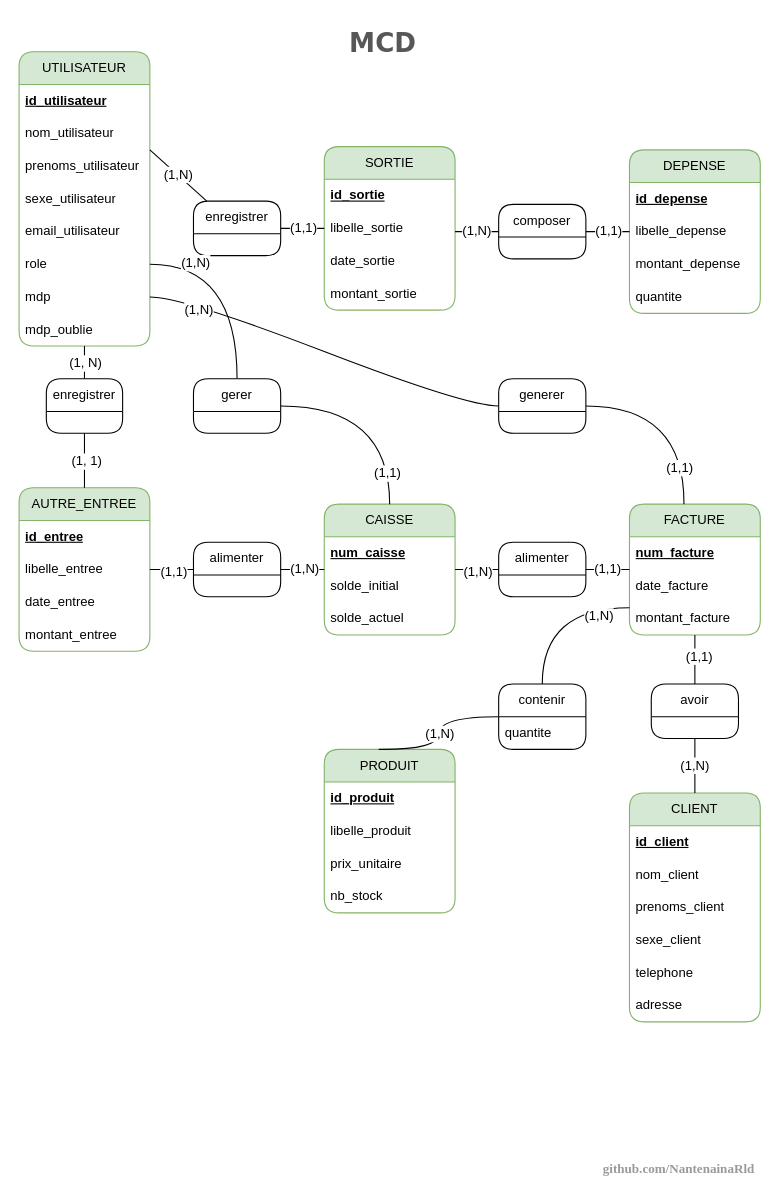
Above: page "Page-1" (2 of 5) of public/documents/flux_mcd_mld_mct_mot.drawio in NantenainaRld/www-faktiora-mg (draw.io), before the change. Source tidied: cells renumbered, new cells numbered last; positions are measured from the earlier drawing's top-left corner, leaving out a move shared by most shapes. Both pictures are drawn from the tidied source at 109%, with x=0, y=0 at pixel (19, 19).
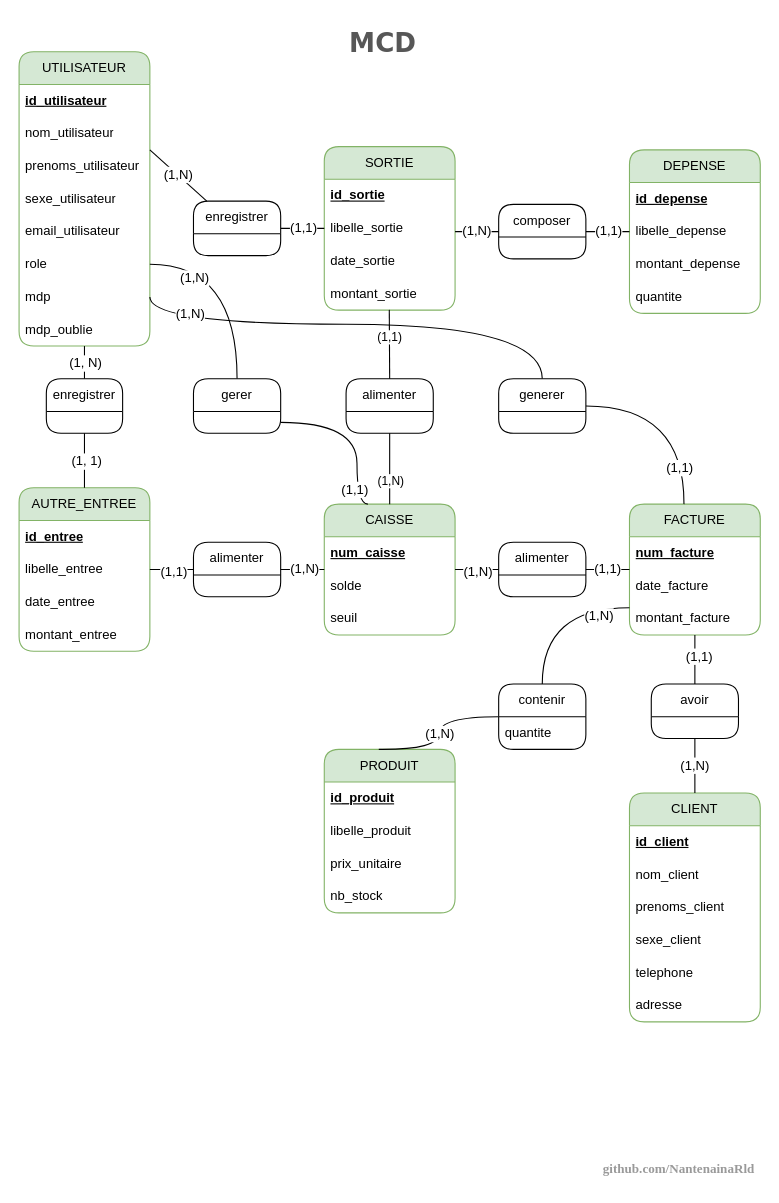
The same page after the edit.

The change refers to these unchanged cells:
```xml
<mxCell id="9" value="mdp" style="text;strokeColor=none;fillColor=none;align=left;verticalAlign=middle;spacingLeft=4;spacingRight=4;overflow=hidden;points=[[0,0.5],[1,0.5]];portConstraint=eastwest;whiteSpace=wrap;html=1;rounded=1;" parent="2" vertex="1">
  <mxGeometry y="210" width="120" height="30" as="geometry" />
</mxCell>
<mxCell id="25" value="montant_sortie" style="text;strokeColor=none;fillColor=none;align=left;verticalAlign=middle;spacingLeft=4;spacingRight=4;overflow=hidden;points=[[0,0.5],[1,0.5]];portConstraint=eastwest;whiteSpace=wrap;html=1;rounded=1;" parent="21" vertex="1">
  <mxGeometry y="120" width="120" height="30" as="geometry" />
</mxCell>
<mxCell id="60" value="CAISSE" style="swimlane;fontStyle=0;horizontal=1;startSize=30;whiteSpace=wrap;html=1;swimlaneFillColor=none;fillColor=#d5e8d4;strokeColor=#82b366;rounded=1;" parent="1" vertex="1">
  <mxGeometry x="280" y="445" width="120" height="120" as="geometry" />
</mxCell>
<mxCell id="64" style="edgeStyle=orthogonalEdgeStyle;rounded=1;jettySize=auto;html=1;entryX=1;entryY=0.5;entryDx=0;entryDy=0;fontSize=12;startSize=8;endSize=8;endArrow=none;endFill=0;curved=1;" parent="1" edge="1" source="68" target="8">
  <mxGeometry relative="1" as="geometry" />
</mxCell>
<mxCell id="68" value="gerer" style="swimlane;fontStyle=0;horizontal=1;startSize=30;whiteSpace=wrap;html=1;swimlaneFillColor=none;rounded=1;" parent="1" vertex="1">
  <mxGeometry x="160" y="330" width="80" height="50" as="geometry" />
</mxCell>
<mxCell id="73" value="generer" style="swimlane;fontStyle=0;horizontal=1;startSize=30;whiteSpace=wrap;html=1;swimlaneFillColor=none;rounded=1;" parent="1" vertex="1">
  <mxGeometry x="440" y="330" width="80" height="50" as="geometry" />
</mxCell>
```

Diff of the diagram source:
```diff
@@
-    <mxCell id="62" value="solde_initial" style="text;strokeColor=none;fillColor=none;align=left;verticalAlign=middle;spacingLeft=4;spacingRight=4;overflow=hidden;points=[[0,0.5],[1,0.5]];portConstraint=eastwest;whiteSpace=wrap;html=1;rounded=1;" parent="60" vertex="1">
+    <mxCell id="62" value="solde" style="text;strokeColor=none;fillColor=none;align=left;verticalAlign=middle;spacingLeft=4;spacingRight=4;overflow=hidden;points=[[0,0.5],[1,0.5]];portConstraint=eastwest;whiteSpace=wrap;html=1;rounded=1;" parent="60" vertex="1">
       <mxGeometry y="60" width="120" height="30" as="geometry" />
     </mxCell>
-    <mxCell id="63" value="solde_actuel" style="text;strokeColor=none;fillColor=none;align=left;verticalAlign=middle;spacingLeft=4;spacingRight=4;overflow=hidden;whiteSpace=wrap;html=1;rounded=1;" parent="60" vertex="1">
+    <mxCell id="63" value="seuil" style="text;strokeColor=none;fillColor=none;align=left;verticalAlign=middle;spacingLeft=4;spacingRight=4;overflow=hidden;whiteSpace=wrap;html=1;rounded=1;" parent="60" vertex="1">
       <mxGeometry y="90" width="120" height="30" as="geometry" />
     </mxCell>
@@
     <mxCell id="65" value="(1,N)" style="edgeLabel;html=1;align=center;verticalAlign=middle;fontSize=12;rounded=1;" parent="64" vertex="1">
-      <mxGeometry x="0.56" y="-2" relative="1" as="geometry" />
+      <mxGeometry x="0.56" y="-2" relative="1" as="geometry">
+        <mxPoint x="-1" y="14" as="offset" />
+      </mxGeometry>
     </mxCell>
-    <mxCell id="66" style="edgeStyle=orthogonalEdgeStyle;rounded=1;jettySize=auto;html=1;entryX=0.5;entryY=0;entryDx=0;entryDy=0;fontSize=12;startSize=8;endSize=8;endArrow=none;endFill=0;curved=1;" parent="1" edge="1" source="68" target="60">
-      <mxGeometry relative="1" as="geometry" />
+    <mxCell id="66" style="edgeStyle=orthogonalEdgeStyle;rounded=1;jettySize=auto;html=1;fontSize=12;startSize=8;endSize=8;endArrow=none;endFill=0;curved=1;" parent="1" edge="1" source="68">
+      <mxGeometry relative="1" as="geometry">
+        <mxPoint x="320" y="445" as="targetPoint" />
+        <Array as="points">
+          <mxPoint x="310" y="370" />
+          <mxPoint x="310" y="445" />
+        </Array>
+      </mxGeometry>
     </mxCell>
@@
-    <mxCell id="69" style="edgeStyle=entityRelationEdgeStyle;rounded=1;jettySize=auto;html=1;entryX=1;entryY=0.5;entryDx=0;entryDy=0;fontSize=12;startSize=8;endSize=8;strokeColor=default;endArrow=none;endFill=0;flowAnimation=0;startArrow=none;startFill=0;shadow=0;curved=1;" parent="1" edge="1" source="73" target="9">
-      <mxGeometry relative="1" as="geometry" />
+    <mxCell id="69" style="edgeStyle=orthogonalEdgeStyle;rounded=1;jettySize=auto;html=1;entryX=1;entryY=0.5;entryDx=0;entryDy=0;fontSize=12;startSize=8;endSize=8;strokeColor=default;endArrow=none;endFill=0;flowAnimation=0;startArrow=none;startFill=0;shadow=0;curved=1;" parent="1" edge="1" source="73" target="9">
+      <mxGeometry relative="1" as="geometry">
+        <Array as="points">
+          <mxPoint x="480" y="280" />
+          <mxPoint x="120" y="280" />
+        </Array>
+      </mxGeometry>
     </mxCell>
     <mxCell id="70" value="(1,N)" style="edgeLabel;html=1;align=center;verticalAlign=middle;fontSize=12;" parent="69" vertex="1">
-      <mxGeometry x="0.72" y="6" relative="1" as="geometry" />
+      <mxGeometry x="0.72" y="6" relative="1" as="geometry">
+        <mxPoint y="-16" as="offset" />
+      </mxGeometry>
     </mxCell>
@@
+    <mxCell id="90" value="alimenter" style="swimlane;fontStyle=0;horizontal=1;startSize=30;whiteSpace=wrap;html=1;swimlaneFillColor=none;rounded=1;" parent="1" vertex="1">
+      <mxGeometry x="300" y="330" width="80" height="50" as="geometry" />
+    </mxCell>
+    <mxCell id="91" style="edgeStyle=orthogonalEdgeStyle;jettySize=auto;html=1;rounded=0;exitX=0.5;exitY=1;exitDx=0;exitDy=0;endArrow=none;endFill=0;curved=1;" parent="1" edge="1" source="90">
+      <mxGeometry relative="1" as="geometry">
+        <mxPoint x="340" y="445" as="targetPoint" />
+      </mxGeometry>
+    </mxCell>
+    <mxCell id="92" value="(1,N)" style="edgeLabel;html=1;align=center;verticalAlign=middle;" parent="91" vertex="1">
+      <mxGeometry x="0.35" y="2" relative="1" as="geometry">
+        <mxPoint x="-2" as="offset" />
+      </mxGeometry>
+    </mxCell>
+    <mxCell id="93" style="endArrow=none;html=1;rounded=0;endSize=8;startSize=8;sourcePerimeterSpacing=0;targetPerimeterSpacing=0;exitX=0.497;exitY=0.993;exitDx=0;exitDy=0;exitPerimeter=0;entryX=0.5;entryY=0;entryDx=0;entryDy=0;endFill=0;" parent="1" edge="1" source="25" target="90">
+      <mxGeometry relative="1" as="geometry" />
+    </mxCell>
+    <mxCell id="94" value="(1,1)" style="edgeLabel;html=1;align=center;verticalAlign=middle;" parent="93" vertex="1">
+      <mxGeometry x="-0.2" y="3" relative="1" as="geometry">
+        <mxPoint x="-3" as="offset" />
+      </mxGeometry>
+    </mxCell>
```
